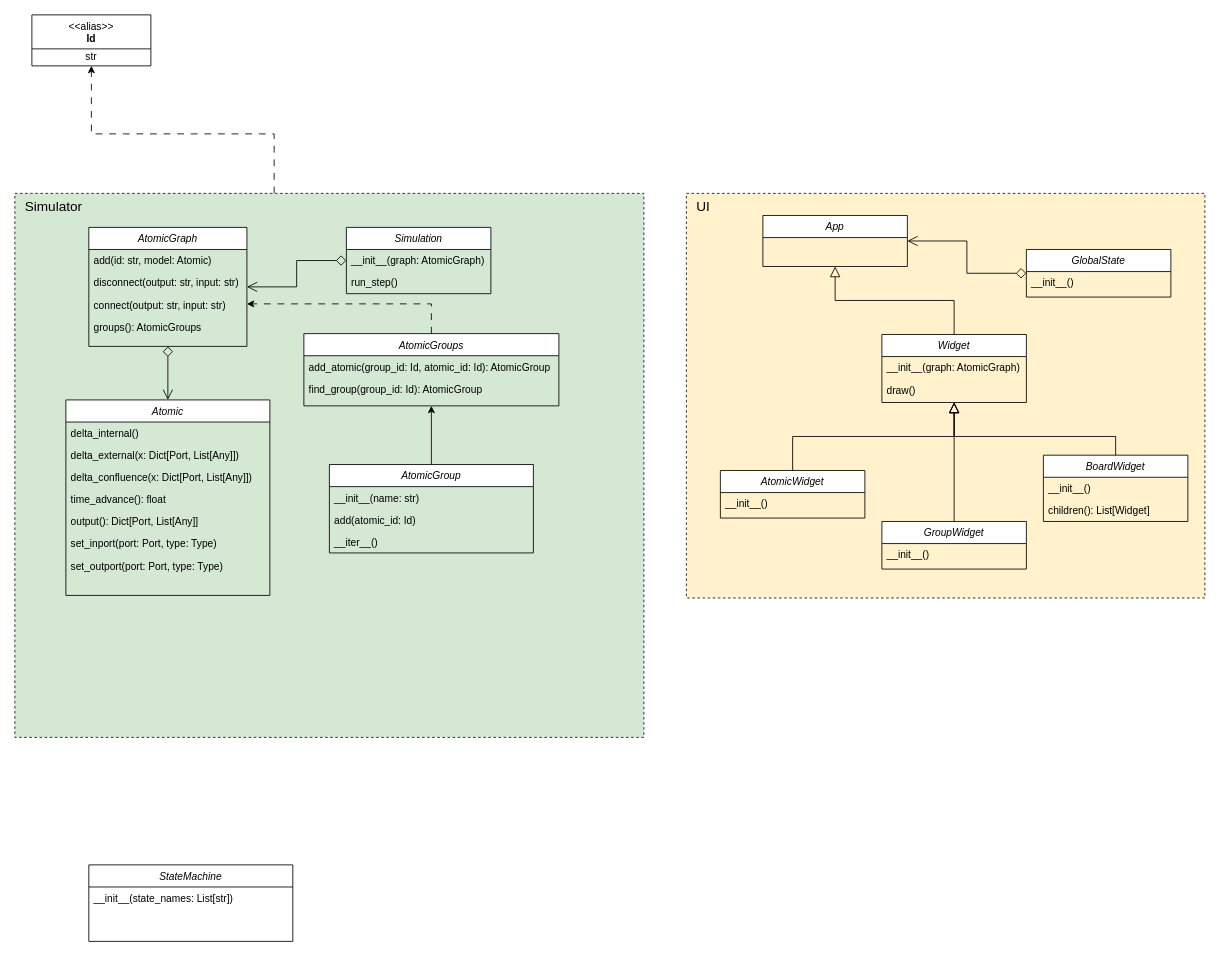
The draw.io diagram design/class diagrams/class diagram.drawio in EmmanuelMess/Multistep-DEVS-Simulator, before the edit. Source tidied: cells renumbered, new cells numbered last; positions are measured from the earlier drawing's top-left corner, leaving out a move shared by most shapes. Both pictures are drawn from the tidied source at 85%, with x=0, y=0 at pixel (14, 14).
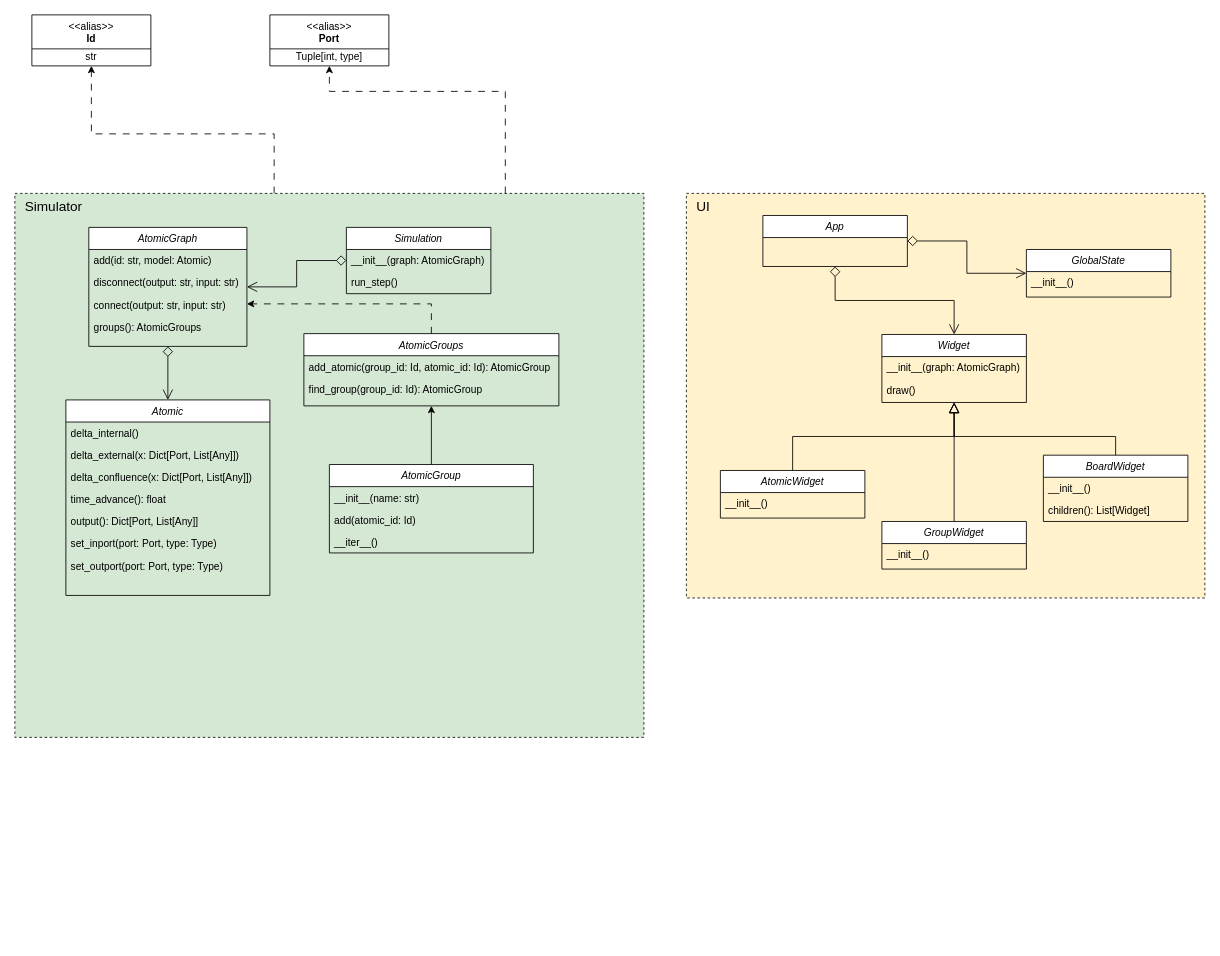
The same diagram, later.

The change refers to these unchanged cells:
```xml
<mxCell id="3" style="rounded=0;whiteSpace=wrap;html=1;fillColor=#d5e8d4;dashed=1;strokeColor=#0F140C;" parent="1" vertex="1">
  <mxGeometry y="210" width="740" height="640" as="geometry" />
</mxCell>
<mxCell id="24" value="App" style="swimlane;fontStyle=2;align=center;verticalAlign=top;horizontal=1;startSize=26;rounded=0;shadow=0;strokeWidth=1;" parent="1" vertex="1">
  <mxGeometry x="880" y="236" width="170" height="60" as="geometry" />
</mxCell>
<mxCell id="27" value="Widget" style="swimlane;fontStyle=2;align=center;verticalAlign=top;horizontal=1;startSize=26;rounded=0;shadow=0;strokeWidth=1;" parent="1" vertex="1">
  <mxGeometry x="1020" y="376" width="170" height="80" as="geometry" />
</mxCell>
<mxCell id="40" value="GlobalState" style="swimlane;fontStyle=2;align=center;verticalAlign=top;horizontal=1;startSize=26;rounded=0;shadow=0;strokeWidth=1;" parent="1" vertex="1">
  <mxGeometry x="1190" y="276" width="170" height="56" as="geometry" />
</mxCell>
```

What changed in the source:
```diff
@@
-    <mxCell id="26" style="edgeStyle=orthogonalEdgeStyle;rounded=0;jettySize=auto;html=1;endArrow=block;endFill=0;endSize=10;startSize=10;" parent="1" edge="1" source="27" target="24">
-      <mxGeometry relative="1" as="geometry" />
-    </mxCell>
@@
-    <mxCell id="42" style="edgeStyle=orthogonalEdgeStyle;rounded=0;jettySize=auto;html=1;endSize=10;endArrow=open;endFill=0;startArrow=diamond;startFill=0;startSize=10;" parent="1" edge="1" source="40" target="24">
+    <mxCell id="42" style="edgeStyle=orthogonalEdgeStyle;rounded=0;jettySize=auto;html=1;endSize=10;endArrow=open;endFill=0;startArrow=diamond;startFill=0;startSize=10;" parent="1" edge="1" source="24" target="40">
       <mxGeometry relative="1" as="geometry" />
     </mxCell>
@@
-    <mxCell id="54" value="StateMachine" style="swimlane;fontStyle=2;align=center;verticalAlign=top;horizontal=1;startSize=26;rounded=0;shadow=0;strokeWidth=1;" parent="1" vertex="1">
-      <mxGeometry x="87" y="1000" width="240" height="90" as="geometry" />
-    </mxCell>
-    <mxCell id="55" value="__init__(state_names: List[str])" style="text;align=left;verticalAlign=top;spacingLeft=4;spacingRight=4;overflow=hidden;" parent="54" vertex="1">
-      <mxGeometry y="26" width="240" height="26" as="geometry" />
-    </mxCell>
+    <mxCell id="56" style="edgeStyle=orthogonalEdgeStyle;rounded=0;jettySize=auto;html=1;endSize=10;endArrow=open;endFill=0;startArrow=diamond;startFill=0;startSize=10;" parent="1" edge="1" source="24" target="27">
+      <mxGeometry relative="1" as="geometry" />
+    </mxCell>
+    <mxCell id="57" value="&amp;lt;&amp;lt;alias&amp;gt;&amp;gt;&lt;br&gt;&lt;b&gt;Port&lt;/b&gt;" style="swimlane;fontStyle=0;align=center;verticalAlign=top;horizontal=1;startSize=40;html=1;whiteSpace=wrap;" parent="1" vertex="1">
+      <mxGeometry x="300" width="140" height="60" as="geometry" />
+    </mxCell>
+    <mxCell id="58" value="Tuple[int, type]" style="text;html=1;strokeColor=none;fillColor=none;align=center;verticalAlign=middle;spacingLeft=4;spacingRight=4;overflow=hidden;whiteSpace=wrap;" parent="57" vertex="1">
+      <mxGeometry y="40" width="140" height="20" as="geometry" />
+    </mxCell>
+    <mxCell id="59" style="edgeStyle=orthogonalEdgeStyle;rounded=0;jettySize=auto;html=1;dashed=1;dashPattern=8 8;" parent="1" edge="1" source="3" target="57">
+      <mxGeometry relative="1" as="geometry">
+        <Array as="points">
+          <mxPoint x="577" y="90" />
+          <mxPoint x="370" y="90" />
+        </Array>
+      </mxGeometry>
+    </mxCell>
```
